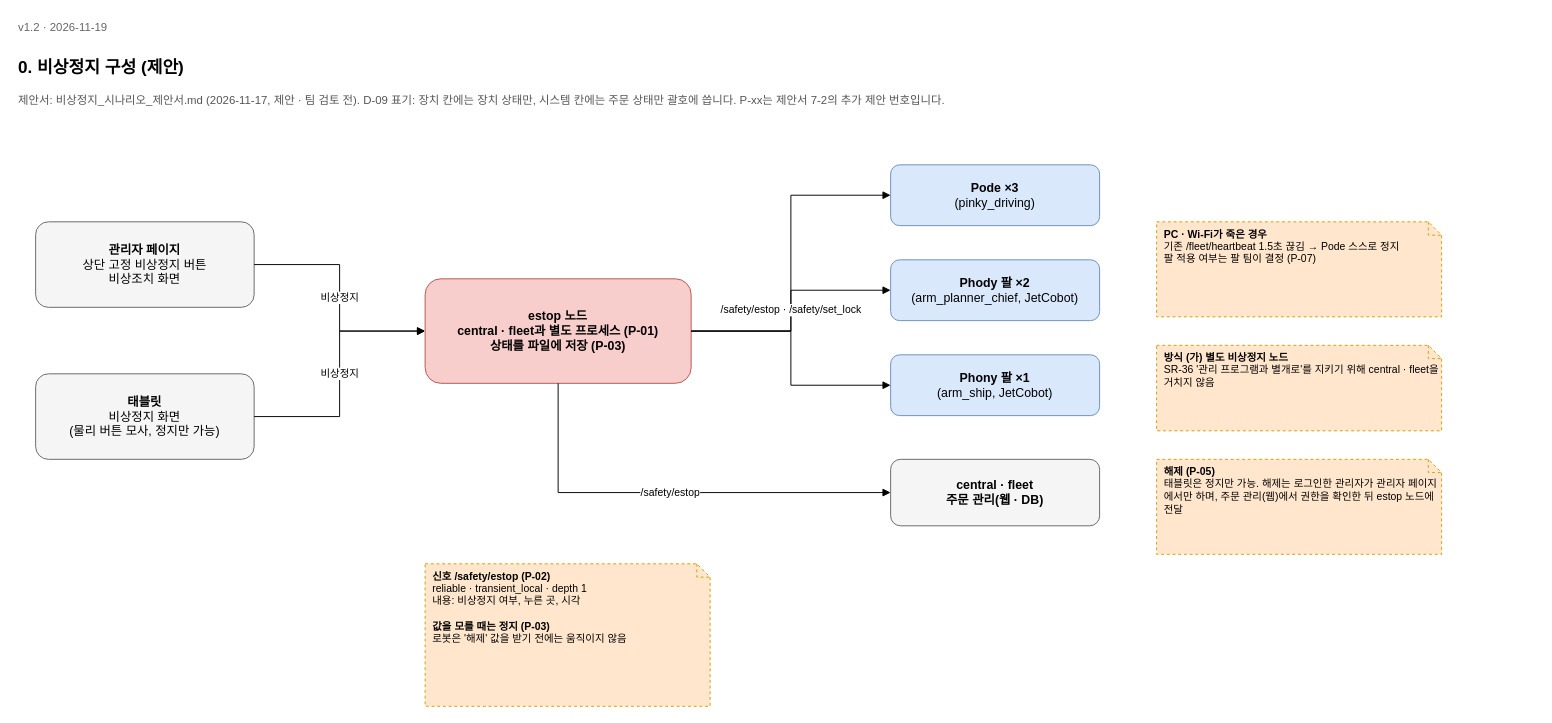
Earlier version of the draw.io diagram page "0. 구성" (1 of 4) of design/diagrams/비상정지_순서도.drawio (addinedu-roscamp-16th/roscamp-repo-2). Source tidied: cells renumbered, new cells numbered last; positions are measured from the earlier drawing's top-left corner, leaving out a move shared by most shapes. Both pictures are drawn from the tidied source at 95%, with x=0, y=0 at pixel (16, 16).
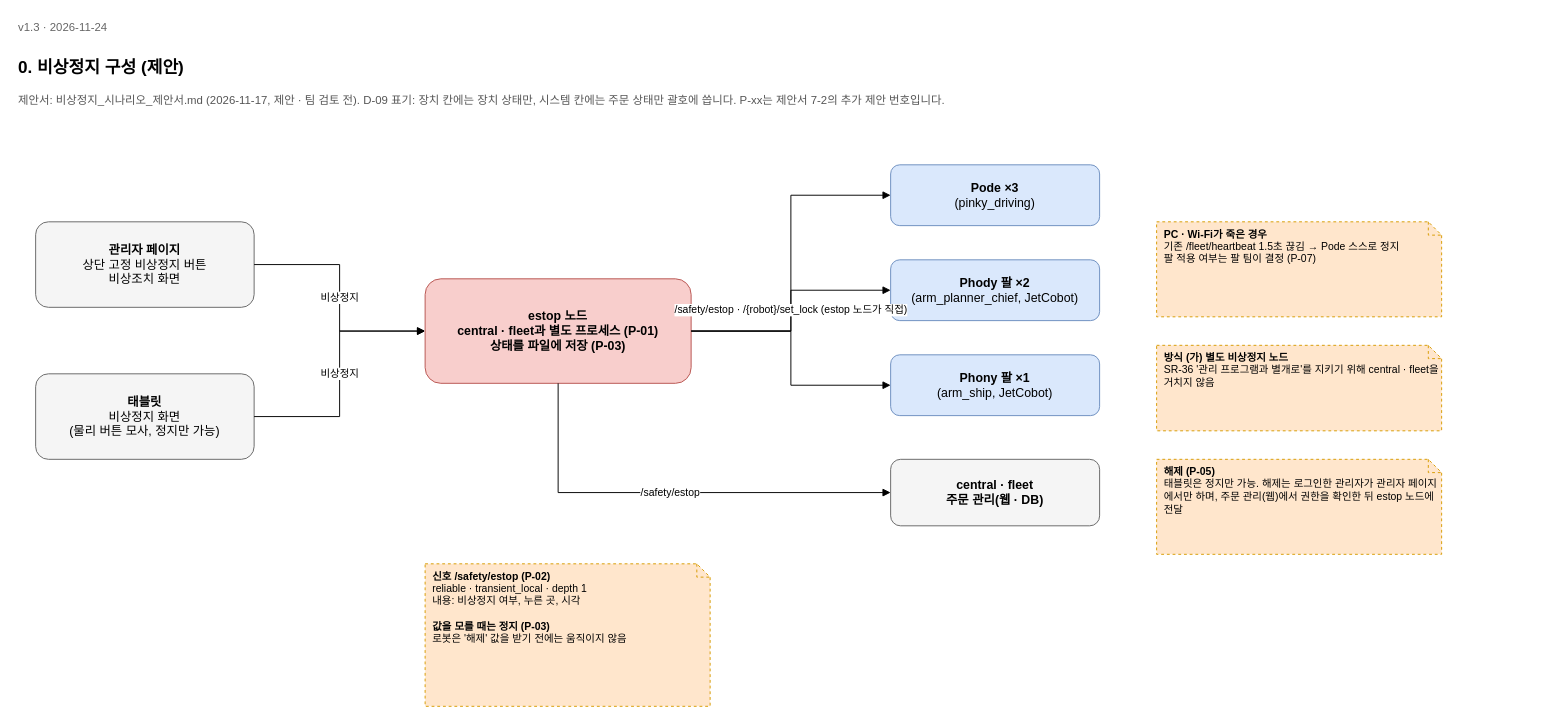
Above is the later version.

Commit message (it also covers changes not shown here):
docs(design): 다이어그램 v2.6 — 6-11 비상정지 · ESTOP, Phony 락 해제 · 잠금

The change refers to these unchanged cells:
```xml
<mxCell id="6" value="&lt;b&gt;estop 노드&lt;/b&gt;&lt;br&gt;central · fleet과 별도 프로세스 (P-01)&lt;br&gt;상태를 파일에 저장 (P-03)" style="rounded=1;whiteSpace=wrap;html=1;fillColor=#f8cecc;strokeColor=#b85450;fontSize=13;fontStyle=1;" parent="1" vertex="1">
  <mxGeometry x="430" y="276" width="280" height="110" as="geometry" />
</mxCell>
<mxCell id="8" value="&lt;b&gt;Phody 팔 ×2&lt;/b&gt;&lt;br&gt;(arm_planner_chief, JetCobot)" style="rounded=1;whiteSpace=wrap;html=1;fillColor=#dae8fc;strokeColor=#6c8ebf;fontSize=13;" parent="1" vertex="1">
  <mxGeometry x="920" y="256" width="220" height="64" as="geometry" />
</mxCell>
```

What changed in the source:
```diff
@@
-    <mxCell id="14" value="/safety/estop · /safety/set_lock" style="edgeStyle=orthogonalEdgeStyle;rounded=0;html=1;endArrow=block;endFill=1;fontSize=11;labelBackgroundColor=#ffffff;exitX=1;exitY=0.5;entryX=0;entryY=0.5;" parent="1" edge="1" source="6" target="8">
+    <mxCell id="14" value="/safety/estop · /{robot}/set_lock (estop 노드가 직접)" style="edgeStyle=orthogonalEdgeStyle;rounded=0;html=1;endArrow=block;endFill=1;fontSize=11;labelBackgroundColor=#ffffff;exitX=1;exitY=0.5;entryX=0;entryY=0.5;" parent="1" edge="1" source="6" target="8">
       <mxGeometry relative="1" as="geometry" />
     </mxCell>
@@
-    <mxCell id="21" value="v1.2 · 2026-11-19" style="text;html=1;fontSize=12;fontColor=#666666;align=left;verticalAlign=middle;" parent="1" vertex="1">
+    <mxCell id="21" value="v1.3 · 2026-11-24" style="text;html=1;fontSize=12;fontColor=#666666;align=left;verticalAlign=middle;" parent="1" vertex="1">
       <mxGeometry width="200" height="24" as="geometry" />
     </mxCell>
```
